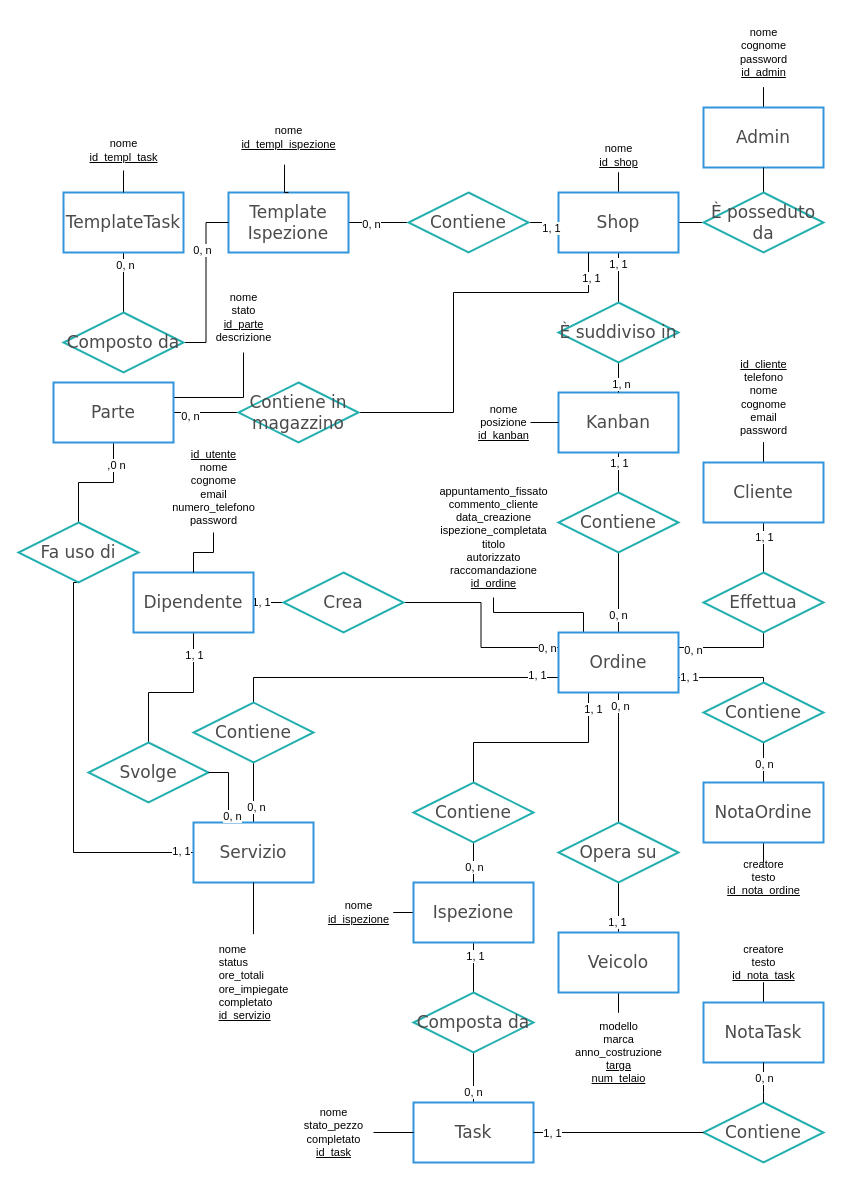
Mattia-Gaetano-Greco/Officina keeps this draw.io diagram as res/Officina.drawio. Above is the earlier version. Source tidied: cells renumbered, new cells numbered last; positions are measured from the earlier drawing's top-left corner, leaving out a move shared by most shapes. Both pictures are drawn from the tidied source at 100%, with x=0, y=0 at pixel (18, 17).
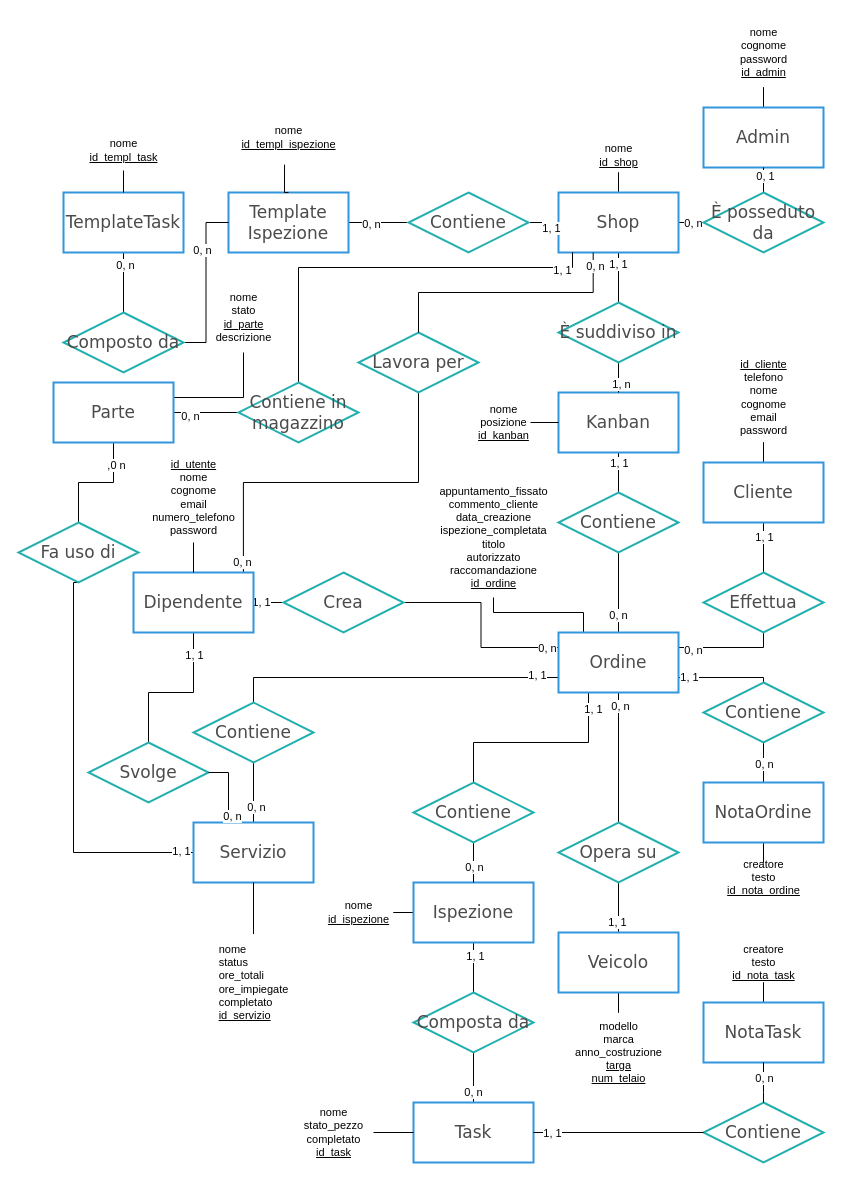
The same diagram, later.

The change refers to these unchanged cells:
```xml
<mxCell id="34" value="Dipendente" style="rounded=0;whiteSpace=wrap;html=1;strokeWidth=2;strokeColor=#3396dd;fontFamily=Verdana;fontSize=17;fontColor=#4B4B4B;" parent="1" vertex="1">
  <mxGeometry x="115" y="555" width="120" height="60" as="geometry" />
</mxCell>
<mxCell id="42" style="edgeStyle=orthogonalEdgeStyle;rounded=0;jettySize=auto;html=1;exitX=1;exitY=0.5;exitDx=0;exitDy=0;entryX=0;entryY=0.5;entryDx=0;entryDy=0;endArrow=none;endFill=0;" parent="1" edge="1" source="43" target="125">
  <mxGeometry relative="1" as="geometry" />
</mxCell>
<mxCell id="43" value="Shop" style="rounded=0;whiteSpace=wrap;html=1;strokeWidth=2;strokeColor=#3396dd;fontFamily=Verdana;fontSize=17;fontColor=#4B4B4B;" parent="1" vertex="1">
  <mxGeometry x="540" y="175" width="120" height="60" as="geometry" />
</mxCell>
<mxCell id="78" value="Contiene in magazzino" style="rhombus;whiteSpace=wrap;html=1;strokeWidth=2;strokeColor=#24afaf;fontFamily=Verdana;fontSize=17;fontColor=#4B4B4B;" parent="1" vertex="1">
  <mxGeometry x="220" y="365" width="120" height="60" as="geometry" />
</mxCell>
<mxCell id="124" style="edgeStyle=orthogonalEdgeStyle;rounded=0;jettySize=auto;html=1;exitX=0.5;exitY=0;exitDx=0;exitDy=0;entryX=0.5;entryY=1;entryDx=0;entryDy=0;endArrow=none;endFill=0;" parent="1" edge="1" source="125" target="123">
  <mxGeometry relative="1" as="geometry" />
</mxCell>
```

What changed in the source:
```diff
@@
+    <mxCell id="127" style="edgeStyle=orthogonalEdgeStyle;rounded=0;jettySize=auto;html=1;exitX=0.916;exitY=0.006;exitDx=0;exitDy=0;entryX=0.5;entryY=1;entryDx=0;entryDy=0;exitPerimeter=0;endArrow=none;endFill=0;" parent="1" edge="1" source="34" target="131">
+      <mxGeometry relative="1" as="geometry" />
+    </mxCell>
+    <mxCell id="128" value="0, n" style="edgeLabel;html=1;align=center;verticalAlign=middle;" parent="127" vertex="1">
+      <mxGeometry x="-0.94" y="1" relative="1" as="geometry" />
+    </mxCell>
@@
+    <mxCell id="129" value="0, n" style="edgeLabel;html=1;align=center;verticalAlign=middle;" parent="42" vertex="1">
+      <mxGeometry x="0.41" y="-2" relative="1" as="geometry">
+        <mxPoint x="-4" y="-2" as="offset" />
+      </mxGeometry>
+    </mxCell>
@@
-    <mxCell id="68" style="edgeStyle=orthogonalEdgeStyle;rounded=0;jettySize=auto;html=1;exitX=1;exitY=0.5;exitDx=0;exitDy=0;entryX=0.25;entryY=1;entryDx=0;entryDy=0;endArrow=none;endFill=0;" parent="1" edge="1" source="78" target="43">
+    <mxCell id="68" style="edgeStyle=orthogonalEdgeStyle;rounded=0;jettySize=auto;html=1;exitX=0.5;exitY=0;exitDx=0;exitDy=0;entryX=0.117;entryY=0.996;entryDx=0;entryDy=0;endArrow=none;endFill=0;entryPerimeter=0;" parent="1" edge="1" source="78" target="43">
       <mxGeometry relative="1" as="geometry">
         <Array as="points">
-          <mxPoint x="435" y="395" />
-          <mxPoint x="435" y="275" />
-          <mxPoint x="570" y="275" />
+          <mxPoint x="280" y="250" />
+          <mxPoint x="554" y="250" />
         </Array>
       </mxGeometry>
     </mxCell>
@@
     <mxCell id="119" value="&lt;u style=&quot;border-color: var(--border-color);&quot;&gt;id_utente&lt;/u&gt;&lt;br&gt;nome&lt;br style=&quot;font-size: 11px;&quot;&gt;cognome&lt;br style=&quot;font-size: 11px;&quot;&gt;email&lt;br style=&quot;font-size: 11px;&quot;&gt;numero_telefono&lt;br&gt;password" style="text;html=1;align=center;verticalAlign=middle;points=[];strokeColor=none;fillColor=none;fontSize=11;" parent="1" vertex="1">
-      <mxGeometry x="140" y="425" width="110" height="90" as="geometry" />
+      <mxGeometry x="120" y="435" width="110" height="90" as="geometry" />
     </mxCell>
@@
+    <mxCell id="130" value="0, 1" style="edgeLabel;html=1;align=center;verticalAlign=middle;" parent="124" vertex="1">
+      <mxGeometry x="0.34" y="-1" relative="1" as="geometry" />
+    </mxCell>
@@
+    <mxCell id="131" value="Lavora per" style="rhombus;whiteSpace=wrap;html=1;strokeWidth=2;strokeColor=#24afaf;fontFamily=Verdana;fontSize=17;fontColor=#4B4B4B;" parent="1" vertex="1">
+      <mxGeometry x="340" y="315" width="120" height="60" as="geometry" />
+    </mxCell>
+    <mxCell id="132" style="edgeStyle=orthogonalEdgeStyle;rounded=0;jettySize=auto;html=1;exitX=0.5;exitY=0;exitDx=0;exitDy=0;entryX=0.289;entryY=1.002;entryDx=0;entryDy=0;entryPerimeter=0;endArrow=none;endFill=0;" parent="1" edge="1" source="131" target="43">
+      <mxGeometry relative="1" as="geometry" />
+    </mxCell>
+    <mxCell id="133" value="0, n" style="edgeLabel;html=1;align=center;verticalAlign=middle;" parent="132" vertex="1">
+      <mxGeometry x="0.89" y="-2" relative="1" as="geometry" />
+    </mxCell>
```
